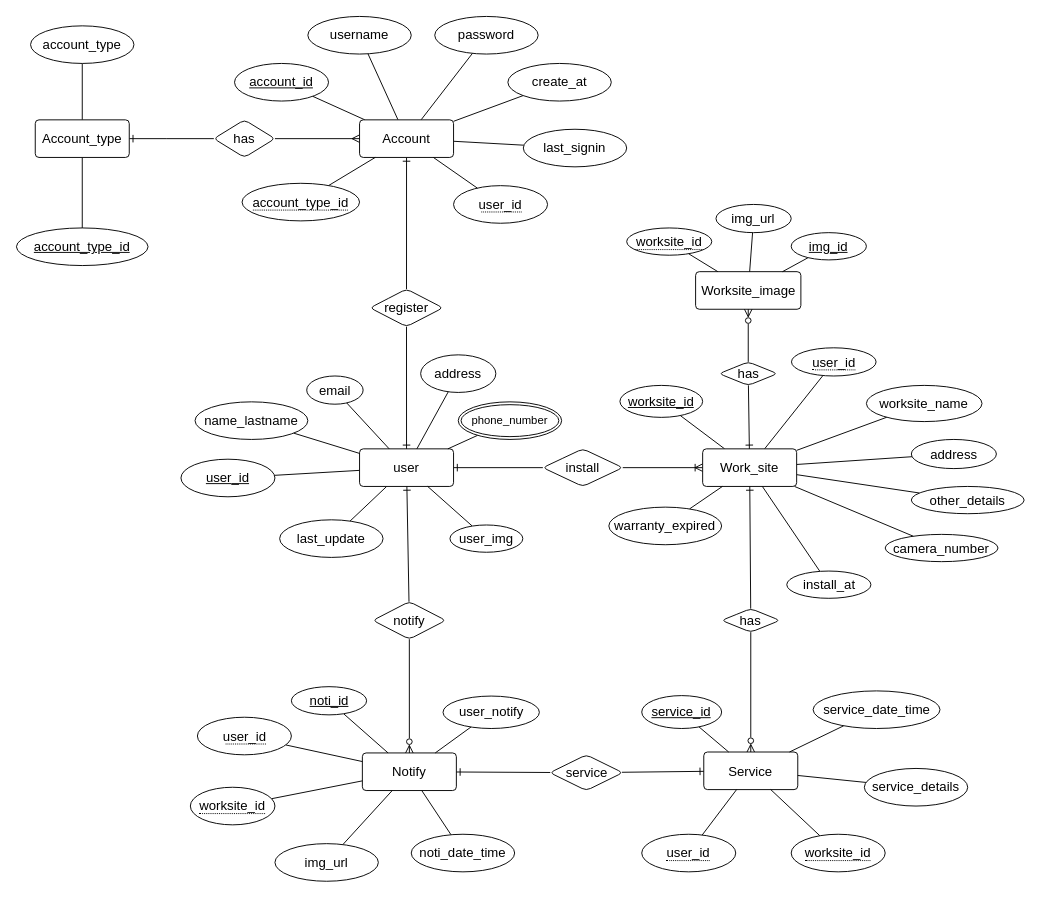
Earlier version of the draw.io diagram design/ERD.drawio (Roseedee/CCTVWebService-PHP). Source tidied: cells renumbered, new cells numbered last; positions are measured from the earlier drawing's top-left corner, leaving out a move shared by most shapes. Both pictures are drawn from the tidied source at 94%, with x=0, y=0 at pixel (16, 16).
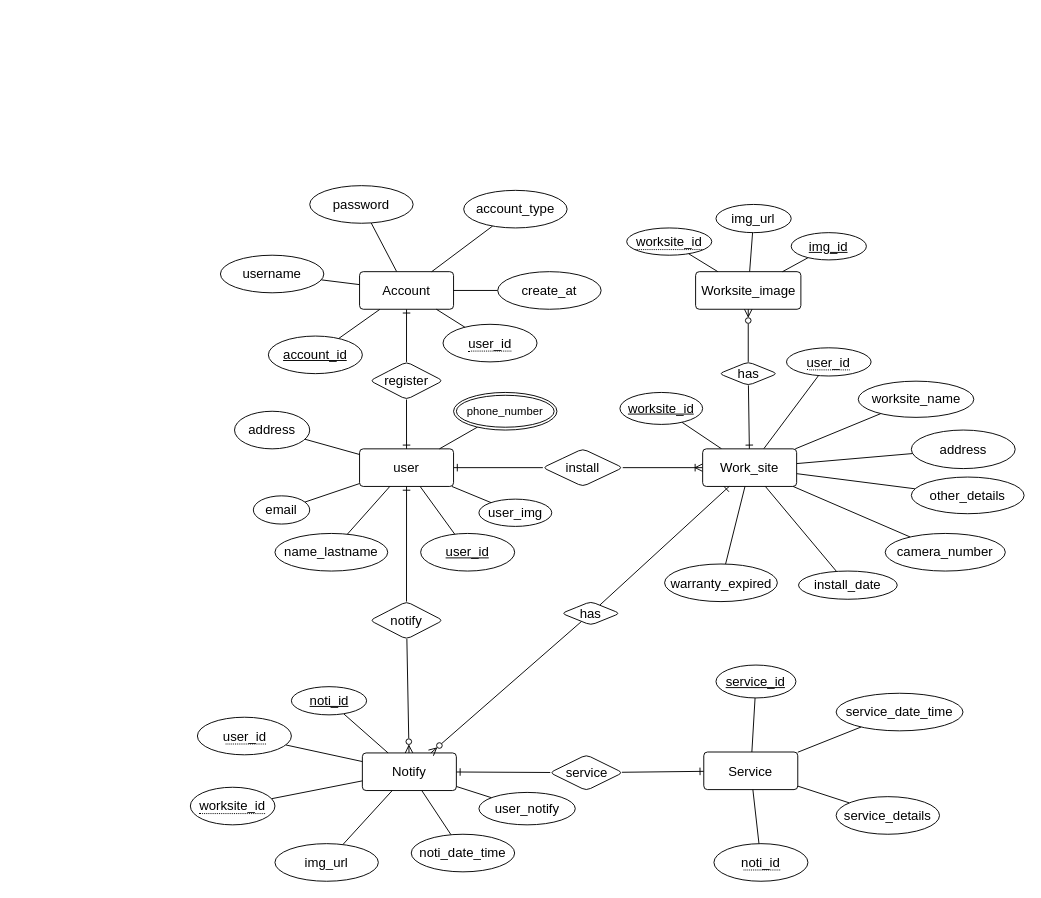
The same diagram, later.

Unchanged cells that the change refers to:
```xml
<mxCell id="6" value="user" style="rounded=1;arcSize=10;whiteSpace=wrap;html=1;align=center;fontSize=14;" parent="1" vertex="1">
  <mxGeometry x="365" y="460" width="100" height="40" as="geometry" />
</mxCell>
<mxCell id="63" value="Notify" style="rounded=1;arcSize=10;whiteSpace=wrap;html=1;align=center;fontSize=14;" parent="1" vertex="1">
  <mxGeometry x="368" y="783.5" width="100" height="40" as="geometry" />
</mxCell>
<mxCell id="76" value="Service" style="rounded=1;arcSize=10;whiteSpace=wrap;html=1;align=center;fontSize=14;" parent="1" vertex="1">
  <mxGeometry x="731.2" y="782.5" width="100" height="40" as="geometry" />
</mxCell>
```

Diff of the diagram source:
```diff
@@
     <mxCell id="3" value="user&lt;span style=&quot;background-color: initial;&quot;&gt;_id&lt;/span&gt;" style="ellipse;whiteSpace=wrap;html=1;align=center;fontStyle=4;fontSize=14;" parent="1" vertex="1">
-      <mxGeometry x="175" y="471" width="100" height="40" as="geometry" />
+      <mxGeometry x="430" y="550" width="100" height="40" as="geometry" />
     </mxCell>
-    <mxCell id="4" style="edgeStyle=none;rounded=0;jettySize=auto;html=1;endArrow=none;endFill=0;" parent="1" edge="1" source="6" target="14">
-      <mxGeometry relative="1" as="geometry" />
-    </mxCell>
@@
     <mxCell id="8" value="name_lastname" style="ellipse;whiteSpace=wrap;html=1;align=center;fontSize=14;" parent="1" vertex="1">
-      <mxGeometry x="190" y="410" width="120" height="40" as="geometry" />
+      <mxGeometry x="275" y="550" width="120" height="40" as="geometry" />
     </mxCell>
@@
     <mxCell id="10" value="address" style="ellipse;whiteSpace=wrap;html=1;align=center;fontSize=14;" parent="1" vertex="1">
-      <mxGeometry x="430" y="360" width="80" height="40" as="geometry" />
+      <mxGeometry x="232" y="420" width="80" height="40" as="geometry" />
     </mxCell>
@@
     <mxCell id="13" value="email" style="ellipse;whiteSpace=wrap;html=1;align=center;fontSize=14;" parent="1" vertex="1">
-      <mxGeometry x="308.8" y="382.5" width="60" height="30" as="geometry" />
+      <mxGeometry x="252" y="510" width="60" height="30" as="geometry" />
     </mxCell>
-    <mxCell id="14" value="last_update" style="ellipse;whiteSpace=wrap;html=1;align=center;fontSize=14;" parent="1" vertex="1">
-      <mxGeometry x="280" y="535.5" width="110" height="40" as="geometry" />
-    </mxCell>
@@
-    <mxCell id="19" style="edgeStyle=none;rounded=0;jettySize=auto;html=1;endArrow=ERmany;endFill=0;" parent="1" edge="1" source="34" target="21">
-      <mxGeometry relative="1" as="geometry" />
-    </mxCell>
-    <mxCell id="20" style="edgeStyle=none;rounded=0;jettySize=auto;html=1;endArrow=none;endFill=0;" parent="1" edge="1" source="21" target="59">
-      <mxGeometry relative="1" as="geometry" />
-    </mxCell>
     <mxCell id="21" value="Account" style="rounded=1;arcSize=10;whiteSpace=wrap;html=1;align=center;fontSize=14;" parent="1" vertex="1">
-      <mxGeometry x="365" y="110" width="100" height="40" as="geometry" />
+      <mxGeometry x="365" y="271.5" width="100" height="40" as="geometry" />
     </mxCell>
     <mxCell id="22" value="username" style="ellipse;whiteSpace=wrap;html=1;align=center;fontSize=14;" parent="1" vertex="1">
-      <mxGeometry x="310" width="110" height="40" as="geometry" />
+      <mxGeometry x="217" y="254" width="110" height="40" as="geometry" />
     </mxCell>
     <mxCell id="23" value="password" style="ellipse;whiteSpace=wrap;html=1;align=center;fontSize=14;" parent="1" vertex="1">
-      <mxGeometry x="445" width="110" height="40" as="geometry" />
+      <mxGeometry x="312" y="180" width="110" height="40" as="geometry" />
     </mxCell>
     <mxCell id="24" value="account_id" style="ellipse;whiteSpace=wrap;html=1;align=center;fontStyle=4;fontSize=14;" parent="1" vertex="1">
-      <mxGeometry x="232" y="50" width="100" height="40" as="geometry" />
+      <mxGeometry x="268" y="340" width="100" height="40" as="geometry" />
     </mxCell>
@@
     <mxCell id="26" value="create_at" style="ellipse;whiteSpace=wrap;html=1;align=center;fontSize=14;" parent="1" vertex="1">
-      <mxGeometry x="522.8" y="50" width="110" height="40" as="geometry" />
+      <mxGeometry x="512" y="271.5" width="110" height="40" as="geometry" />
     </mxCell>
     <mxCell id="27" value="&lt;span style=&quot;border-bottom: 1px dotted; font-size: 14px;&quot;&gt;user_id&lt;/span&gt;" style="ellipse;whiteSpace=wrap;html=1;align=center;fontSize=14;" parent="1" vertex="1">
-      <mxGeometry x="465" y="180" width="100" height="40" as="geometry" />
+      <mxGeometry x="453.8" y="327.5" width="100" height="40" as="geometry" />
     </mxCell>
@@
     <mxCell id="30" value="register" style="rhombus;whiteSpace=wrap;html=1;fontSize=14;rounded=1;arcSize=10;" parent="1" vertex="1">
-      <mxGeometry x="376.2" y="290" width="77.5" height="40" as="geometry" />
+      <mxGeometry x="376.2" y="367.5" width="77.5" height="40" as="geometry" />
     </mxCell>
-    <mxCell id="31" style="edgeStyle=none;rounded=0;jettySize=auto;html=1;endArrow=none;endFill=0;" parent="1" edge="1" source="32" target="21">
-      <mxGeometry relative="1" as="geometry" />
-    </mxCell>
-    <mxCell id="32" value="&lt;span style=&quot;border-bottom: 1px dotted; font-size: 14px;&quot;&gt;account_type_id&lt;/span&gt;" style="ellipse;whiteSpace=wrap;html=1;align=center;fontSize=14;" parent="1" vertex="1">
-      <mxGeometry x="240" y="177.5" width="125" height="40" as="geometry" />
-    </mxCell>
-    <mxCell id="33" style="edgeStyle=none;rounded=0;jettySize=auto;html=1;endArrow=ERone;endFill=0;" parent="1" edge="1" source="34" target="37">
-      <mxGeometry relative="1" as="geometry">
-        <Array as="points">
-          <mxPoint x="160" y="130" />
-        </Array>
-      </mxGeometry>
-    </mxCell>
-    <mxCell id="34" value="has" style="rhombus;whiteSpace=wrap;html=1;fontSize=14;rounded=1;arcSize=10;" parent="1" vertex="1">
-      <mxGeometry x="210" y="110" width="65" height="40" as="geometry" />
-    </mxCell>
-    <mxCell id="35" style="edgeStyle=none;rounded=0;jettySize=auto;html=1;endArrow=none;endFill=0;" parent="1" edge="1" source="37" target="38">
-      <mxGeometry relative="1" as="geometry" />
-    </mxCell>
-    <mxCell id="36" style="edgeStyle=none;rounded=0;jettySize=auto;html=1;endArrow=none;endFill=0;" parent="1" edge="1" source="37" target="39">
-      <mxGeometry relative="1" as="geometry" />
-    </mxCell>
-    <mxCell id="37" value="Account_type" style="rounded=1;arcSize=10;whiteSpace=wrap;html=1;align=center;fontSize=14;" parent="1" vertex="1">
-      <mxGeometry x="20" y="110" width="100" height="40" as="geometry" />
-    </mxCell>
-    <mxCell id="38" value="account_type_id" style="ellipse;whiteSpace=wrap;html=1;align=center;fontStyle=4;fontSize=14;" parent="1" vertex="1">
-      <mxGeometry y="225" width="140" height="40" as="geometry" />
-    </mxCell>
-    <mxCell id="39" value="account_type" style="ellipse;whiteSpace=wrap;html=1;align=center;fontSize=14;" parent="1" vertex="1">
-      <mxGeometry x="15" y="10" width="110" height="40" as="geometry" />
-    </mxCell>
@@
     <mxCell id="48" value="worksite_id" style="ellipse;whiteSpace=wrap;html=1;align=center;fontStyle=4;fontSize=14;" parent="1" vertex="1">
-      <mxGeometry x="642" y="392.5" width="88" height="34" as="geometry" />
+      <mxGeometry x="642" y="400" width="88" height="34" as="geometry" />
     </mxCell>
     <mxCell id="49" value="&lt;span style=&quot;border-bottom: 1px dotted; font-size: 14px;&quot;&gt;user_id&lt;/span&gt;" style="ellipse;whiteSpace=wrap;html=1;align=center;fontSize=14;" parent="1" vertex="1">
-      <mxGeometry x="824.5" y="352.5" width="90" height="30" as="geometry" />
+      <mxGeometry x="819.2" y="352.5" width="90" height="30" as="geometry" />
     </mxCell>
     <mxCell id="50" value="worksite_name" style="ellipse;whiteSpace=wrap;html=1;align=center;fontSize=14;" parent="1" vertex="1">
-      <mxGeometry x="904.2" y="392.5" width="123" height="38.5" as="geometry" />
+      <mxGeometry x="895.5" y="388" width="123" height="38.5" as="geometry" />
     </mxCell>
     <mxCell id="51" value="address" style="ellipse;whiteSpace=wrap;html=1;align=center;fontSize=14;" parent="1" vertex="1">
-      <mxGeometry x="952" y="450" width="90.5" height="31" as="geometry" />
+      <mxGeometry x="952" y="440" width="110.5" height="41" as="geometry" />
     </mxCell>
     <mxCell id="52" value="phone_number" style="ellipse;shape=doubleEllipse;margin=3;whiteSpace=wrap;html=1;align=center;" parent="1" vertex="1">
-      <mxGeometry x="470" y="410" width="110" height="40" as="geometry" />
+      <mxGeometry x="465" y="400" width="110" height="40" as="geometry" />
     </mxCell>
     <mxCell id="53" value="other_details" style="ellipse;whiteSpace=wrap;html=1;align=center;fontSize=14;" parent="1" vertex="1">
-      <mxGeometry x="952" y="500" width="120" height="29" as="geometry" />
+      <mxGeometry x="952" y="490" width="120" height="39" as="geometry" />
     </mxCell>
@@
-    <mxCell id="55" value="install_at" style="ellipse;whiteSpace=wrap;html=1;align=center;fontSize=14;" parent="1" vertex="1">
-      <mxGeometry x="819.5" y="590" width="89.5" height="29" as="geometry" />
+    <mxCell id="55" value="install_date" style="ellipse;whiteSpace=wrap;html=1;align=center;fontSize=14;" parent="1" vertex="1">
+      <mxGeometry x="832" y="590" width="105" height="30" as="geometry" />
     </mxCell>
@@
     <mxCell id="57" value="warranty_expired" style="ellipse;whiteSpace=wrap;html=1;align=center;fontSize=14;" parent="1" vertex="1">
-      <mxGeometry x="630.2" y="522" width="120" height="40" as="geometry" />
+      <mxGeometry x="689.5" y="582.5" width="120" height="40" as="geometry" />
     </mxCell>
@@
-    <mxCell id="59" value="last_signin" style="ellipse;whiteSpace=wrap;html=1;align=center;fontSize=14;" parent="1" vertex="1">
-      <mxGeometry x="539.2" y="120" width="110" height="40" as="geometry" />
-    </mxCell>
@@
     <mxCell id="62" value="notify" style="rhombus;whiteSpace=wrap;html=1;fontSize=14;rounded=1;arcSize=10;" parent="1" vertex="1">
-      <mxGeometry x="379.2" y="622.5" width="77.5" height="40" as="geometry" />
+      <mxGeometry x="376.2" y="622.5" width="77.5" height="40" as="geometry" />
     </mxCell>
@@
     <mxCell id="67" value="user_notify" style="ellipse;whiteSpace=wrap;html=1;align=center;fontSize=14;" parent="1" vertex="1">
-      <mxGeometry x="453.8" y="723" width="102.5" height="34.5" as="geometry" />
+      <mxGeometry x="492" y="825.5" width="102.5" height="34.5" as="geometry" />
     </mxCell>
@@
     <mxCell id="75" value="user_img" style="ellipse;whiteSpace=wrap;html=1;align=center;fontSize=14;" parent="1" vertex="1">
-      <mxGeometry x="461.2" y="541" width="77.5" height="29" as="geometry" />
+      <mxGeometry x="492" y="513.5" width="77.5" height="29" as="geometry" />
     </mxCell>
@@
     <mxCell id="78" value="service_id" style="ellipse;whiteSpace=wrap;html=1;align=center;fontStyle=4;fontSize=14;" parent="1" vertex="1">
-      <mxGeometry x="665.2" y="722.5" width="85" height="35" as="geometry" />
+      <mxGeometry x="744.2" y="690" width="85" height="35" as="geometry" />
     </mxCell>
@@
-    <mxCell id="80" value="&lt;span style=&quot;border-bottom: 1px dotted; font-size: 14px;&quot;&gt;user_id&lt;/span&gt;" style="ellipse;whiteSpace=wrap;html=1;align=center;fontSize=14;" parent="1" vertex="1">
-      <mxGeometry x="665.2" y="870" width="100" height="40" as="geometry" />
+    <mxCell id="80" value="&lt;span style=&quot;border-bottom: 1px dotted; font-size: 14px;&quot;&gt;noti_id&lt;/span&gt;" style="ellipse;whiteSpace=wrap;html=1;align=center;fontSize=14;" parent="1" vertex="1">
+      <mxGeometry x="742" y="880" width="100" height="40" as="geometry" />
     </mxCell>
-    <mxCell id="81" style="edgeStyle=none;rounded=0;jettySize=auto;html=1;endArrow=none;endFill=0;" parent="1" edge="1" source="82" target="76">
-      <mxGeometry relative="1" as="geometry" />
-    </mxCell>
-    <mxCell id="82" value="&lt;span style=&quot;border-bottom: 1px dotted; font-size: 14px;&quot;&gt;worksite_id&lt;/span&gt;" style="ellipse;whiteSpace=wrap;html=1;align=center;fontSize=14;" parent="1" vertex="1">
-      <mxGeometry x="824.2" y="870" width="100" height="40" as="geometry" />
-    </mxCell>
@@
     <mxCell id="84" value="service_date_time" style="ellipse;whiteSpace=wrap;html=1;align=center;fontSize=14;" parent="1" vertex="1">
-      <mxGeometry x="847.5" y="717.5" width="135" height="40" as="geometry" />
+      <mxGeometry x="872" y="720" width="135" height="40" as="geometry" />
     </mxCell>
@@
     <mxCell id="86" value="service_details" style="ellipse;whiteSpace=wrap;html=1;align=center;fontSize=14;" parent="1" vertex="1">
-      <mxGeometry x="902" y="800" width="110" height="40" as="geometry" />
+      <mxGeometry x="872" y="830" width="110" height="40" as="geometry" />
     </mxCell>
@@
-    <mxCell id="100" style="rounded=0;jettySize=auto;html=1;endArrow=ERzeroToMany;endFill=0;" parent="1" edge="1" source="102" target="76">
+    <mxCell id="100" style="rounded=0;jettySize=auto;html=1;endArrow=ERzeroToMany;endFill=0;" parent="1" edge="1" source="102" target="63">
       <mxGeometry relative="1" as="geometry" />
     </mxCell>
@@
     <mxCell id="102" value="has" style="rhombus;whiteSpace=wrap;html=1;fontSize=14;rounded=1;arcSize=10;" parent="1" vertex="1">
-      <mxGeometry x="750.2" y="630" width="62" height="25" as="geometry" />
+      <mxGeometry x="580" y="622.5" width="62" height="25" as="geometry" />
     </mxCell>
@@
     <mxCell id="106" value="camera_number" style="ellipse;whiteSpace=wrap;html=1;align=center;fontSize=14;" parent="1" vertex="1">
-      <mxGeometry x="924.2" y="551" width="120" height="29" as="geometry" />
+      <mxGeometry x="924.2" y="550" width="127.8" height="40" as="geometry" />
     </mxCell>
+    <mxCell id="107" style="rounded=0;jettySize=auto;html=1;endArrow=none;endFill=0;" parent="1" edge="1" source="39" target="21">
+      <mxGeometry relative="1" as="geometry" />
+    </mxCell>
+    <mxCell id="39" value="account_type" style="ellipse;whiteSpace=wrap;html=1;align=center;fontSize=14;" parent="1" vertex="1">
+      <mxGeometry x="475.8" y="185" width="110" height="40" as="geometry" />
+    </mxCell>
```
